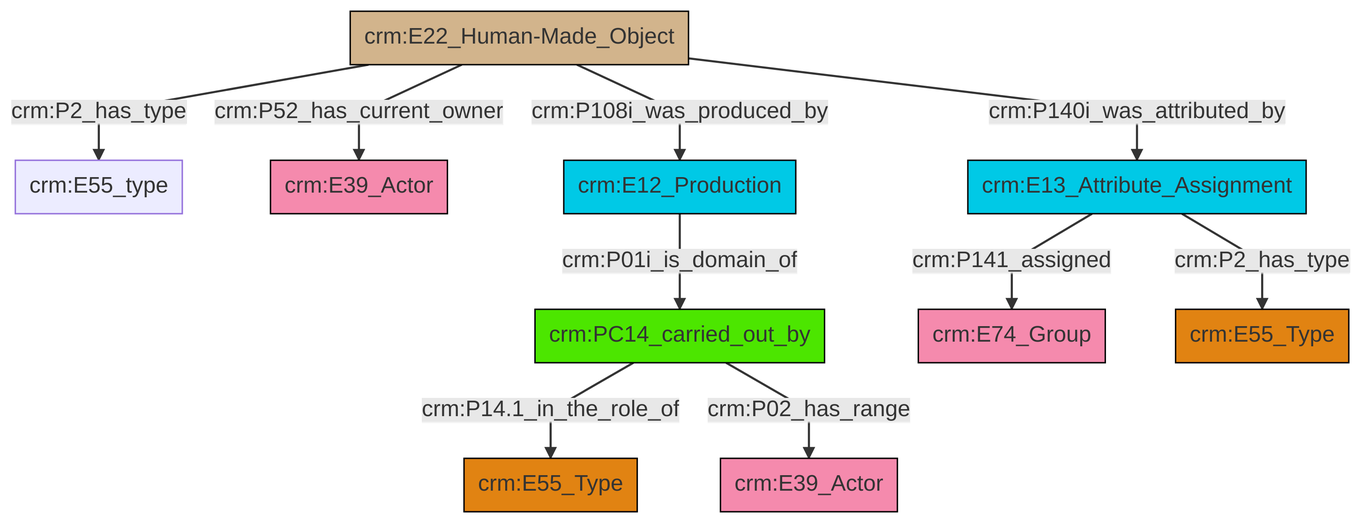
The Mermaid diagram et/builtWorkCSV/ttl/mmd/png/Built_Work_actor_relations.png in swiss-art-research-net/reference-data-models, before a commit. Its source is kept beside it as et/builtWorkCSV/ttl/mmd/Built_Work_actor_relations.ttl.mmd.
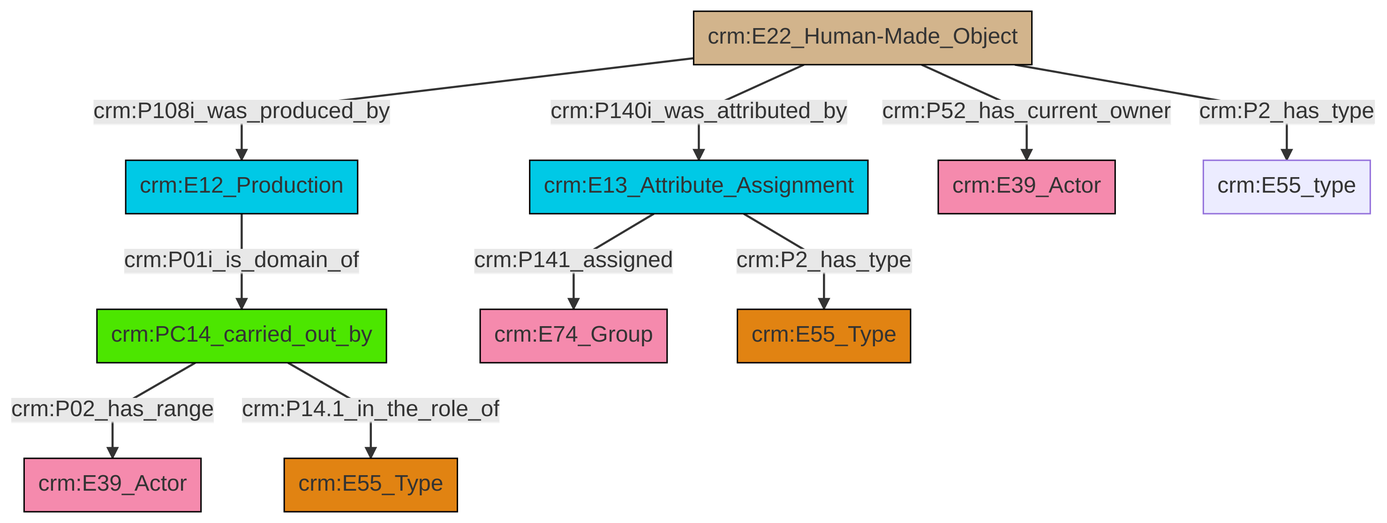
The same file after the commit.

Diff of the diagram source:
```diff
@@ -13,12 +13,12 @@
 classDef PC_Classes fill:#4ce600, stroke:#000000;
 classDef Multi fill:#cccccc,stroke:#000000;
 
-2["crm:PC14_carried_out_by"]:::PC_Classes -->|crm:P14.1_in_the_role_of| 3["crm:E55_Type"]:::Type
-4["crm:E13_Attribute_Assignment"]:::Temporal_Entity -->|crm:P141_assigned| 5["crm:E74_Group"]:::Actor
-7["crm:E12_Production"]:::Temporal_Entity -->|crm:P01i_is_domain_of| 2["crm:PC14_carried_out_by"]:::PC_Classes
-8["crm:E22_Human-Made_Object"]:::Physical_Thing -->|crm:P2_has_type| 9["crm:E55_type"]:::Default
-8["crm:E22_Human-Made_Object"]:::Physical_Thing -->|crm:P52_has_current_owner| 11["crm:E39_Actor"]:::Actor
-8["crm:E22_Human-Made_Object"]:::Physical_Thing -->|crm:P108i_was_produced_by| 7["crm:E12_Production"]:::Temporal_Entity
-4["crm:E13_Attribute_Assignment"]:::Temporal_Entity -->|crm:P2_has_type| 0["crm:E55_Type"]:::Type
-8["crm:E22_Human-Made_Object"]:::Physical_Thing -->|crm:P140i_was_attributed_by| 4["crm:E13_Attribute_Assignment"]:::Temporal_Entity
-2["crm:PC14_carried_out_by"]:::PC_Classes -->|crm:P02_has_range| 15["crm:E39_Actor"]:::Actor
+6["crm:E13_Attribute_Assignment"]:::Temporal_Entity -->|crm:P141_assigned| 7["crm:E74_Group"]:::Actor
+6["crm:E13_Attribute_Assignment"]:::Temporal_Entity -->|crm:P2_has_type| 9["crm:E55_Type"]:::Type
+2["crm:PC14_carried_out_by"]:::PC_Classes -->|crm:P02_has_range| 4["crm:E39_Actor"]:::Actor
+14["crm:E22_Human-Made_Object"]:::Physical_Thing -->|crm:P52_has_current_owner| 16["crm:E39_Actor"]:::Actor
+14["crm:E22_Human-Made_Object"]:::Physical_Thing -->|crm:P140i_was_attributed_by| 6["crm:E13_Attribute_Assignment"]:::Temporal_Entity
+14["crm:E22_Human-Made_Object"]:::Physical_Thing -->|crm:P108i_was_produced_by| 0["crm:E12_Production"]:::Temporal_Entity
+2["crm:PC14_carried_out_by"]:::PC_Classes -->|crm:P14.1_in_the_role_of| 11["crm:E55_Type"]:::Type
+14["crm:E22_Human-Made_Object"]:::Physical_Thing -->|crm:P2_has_type| 19["crm:E55_type"]:::Default
+0["crm:E12_Production"]:::Temporal_Entity -->|crm:P01i_is_domain_of| 2["crm:PC14_carried_out_by"]:::PC_Classes
```
